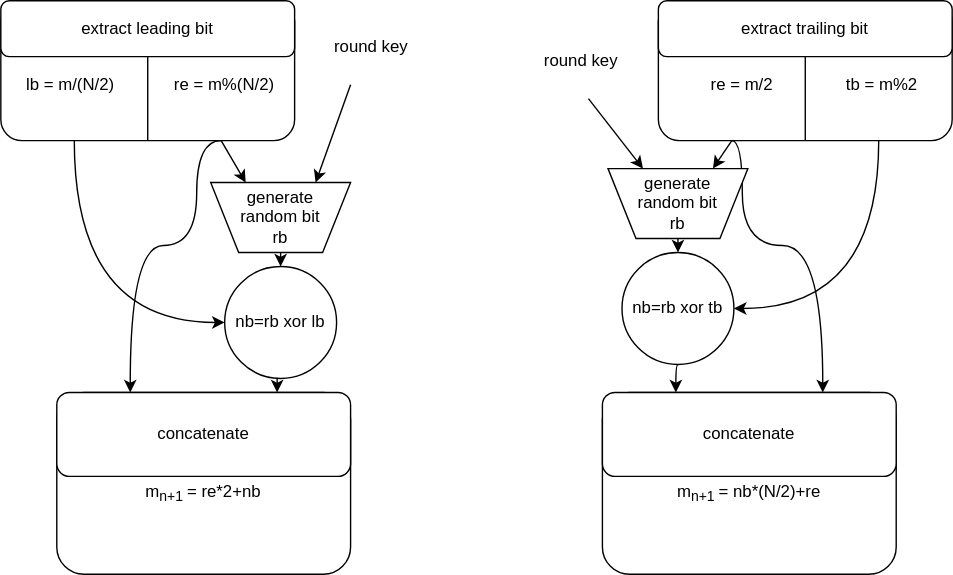
The draw.io diagram ThorpRound.svg in Glinrens-corner/thorp_shuffle, before a commit. Source tidied: cells renumbered, new cells last; positions are measured from the earlier drawing's top-left corner, leaving out a move shared by most shapes.
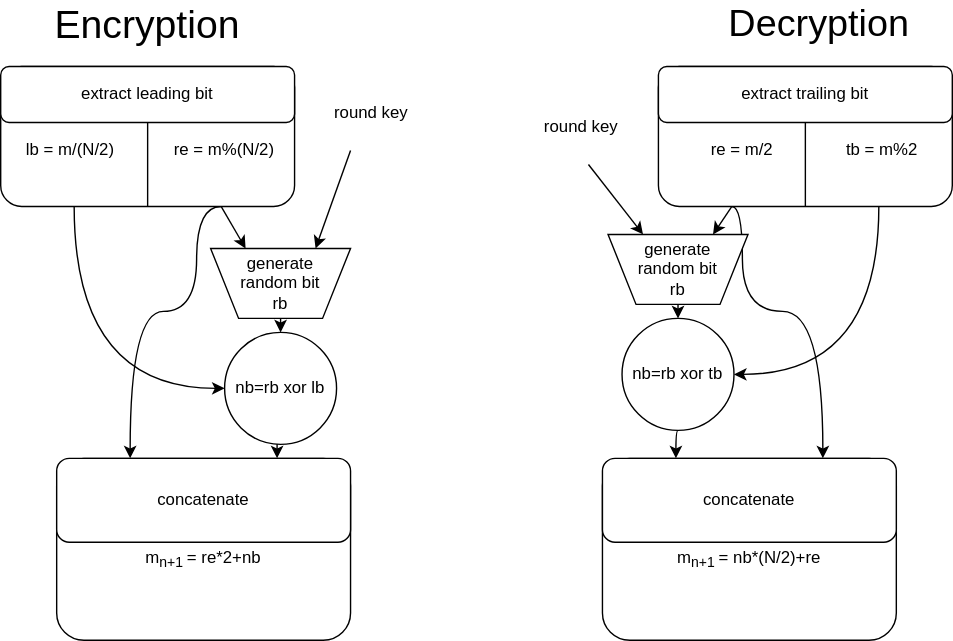
Above is the later version.

Change to the diagram source:
```diff
@@ -127,5 +127,11 @@
     <mxCell id="35" value="&lt;div&gt;round key&lt;/div&gt;&lt;div&gt;&lt;br&gt;&lt;/div&gt;" style="text;html=1;strokeColor=none;fillColor=none;align=center;verticalAlign=middle;whiteSpace=wrap;rounded=0;" parent="1" vertex="1">
       <mxGeometry x="380" y="40" width="70" height="20" as="geometry" />
     </mxCell>
+    <mxCell id="36" value="&lt;font style=&quot;font-size: 28px&quot;&gt;Encryption&lt;/font&gt;" style="text;html=1;strokeColor=none;fillColor=none;align=center;verticalAlign=middle;whiteSpace=wrap;rounded=0;" parent="1" vertex="1">
+      <mxGeometry x="60" y="-40" width="90" height="20" as="geometry" />
+    </mxCell>
+    <mxCell id="37" value="&lt;div style=&quot;font-size: 27px&quot;&gt;Decryption&lt;/div&gt;" style="text;html=1;strokeColor=none;fillColor=none;align=center;verticalAlign=middle;whiteSpace=wrap;rounded=0;" parent="1" vertex="1">
+      <mxGeometry x="540" y="-40" width="90" height="20" as="geometry" />
+    </mxCell>
   </root>
 </mxGraphModel>
```
